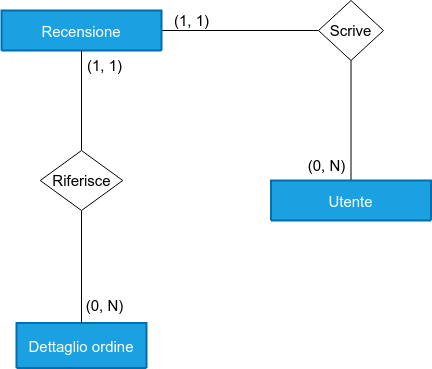
Earlier version of the draw.io export doc/recensione/recensione_scheletro.png (EndriDomiUni/E-commerce). Source tidied: cells renumbered, new cells last; positions are measured from the earlier drawing's top-left corner, leaving out a move shared by most shapes.
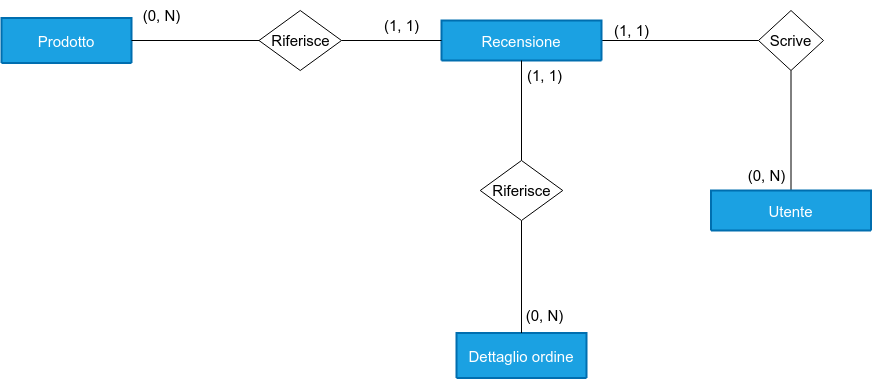
After the commit.

Diff of the diagram source:
```diff
@@ -44,5 +44,26 @@
     <mxCell id="15" value="(0, N)" style="text;html=1;align=center;verticalAlign=middle;strokeColor=none;fillColor=none;fontSize=15;" parent="1" vertex="1">
       <mxGeometry x="295" y="150" width="60" height="30" as="geometry" />
     </mxCell>
+    <mxCell id="16" value="Prodotto" style="swimlane;horizontal=1;startSize=65;rounded=1;fontSize=15;fontStyle=0;strokeWidth=2;shadow=0;dashed=0;align=center;fillColor=#1ba1e2;fontColor=#ffffff;strokeColor=#006EAF;" parent="1" vertex="1">
+      <mxGeometry x="-440" y="7.5" width="130" height="45" as="geometry" />
+    </mxCell>
+    <mxCell id="17" value="&#10;&#10;" style="align=left;strokeColor=none;fillColor=none;spacingLeft=4;fontSize=15;verticalAlign=top;" parent="16" vertex="1">
+      <mxGeometry y="45" width="130" as="geometry" />
+    </mxCell>
+    <mxCell id="18" style="edgeStyle=none;html=1;entryX=1;entryY=0.5;entryDx=0;entryDy=0;endArrow=none;endFill=0;exitX=0;exitY=0.5;exitDx=0;exitDy=0;fontSize=15;" parent="1" edge="1" source="21" target="16">
+      <mxGeometry relative="1" as="geometry" />
+    </mxCell>
+    <mxCell id="19" value="(0, N)" style="text;html=1;align=center;verticalAlign=middle;strokeColor=none;fillColor=none;fontSize=15;" parent="1" vertex="1">
+      <mxGeometry x="-310" y="-10" width="60" height="30" as="geometry" />
+    </mxCell>
+    <mxCell id="20" style="edgeStyle=none;html=1;exitX=1;exitY=0.5;exitDx=0;exitDy=0;entryX=0;entryY=0.5;entryDx=0;entryDy=0;endArrow=none;endFill=0;fontSize=15;" parent="1" edge="1" source="21" target="7">
+      <mxGeometry relative="1" as="geometry" />
+    </mxCell>
+    <mxCell id="21" value="Riferisce" style="shape=rhombus;perimeter=rhombusPerimeter;whiteSpace=wrap;html=1;align=center;fontSize=15;" parent="1" vertex="1">
+      <mxGeometry x="-182.5" width="82.5" height="60" as="geometry" />
+    </mxCell>
+    <mxCell id="22" value="(1, 1)" style="text;html=1;align=center;verticalAlign=middle;strokeColor=none;fillColor=none;fontSize=15;" parent="1" vertex="1">
+      <mxGeometry x="-70" width="60" height="30" as="geometry" />
+    </mxCell>
   </root>
 </mxGraphModel>
```
